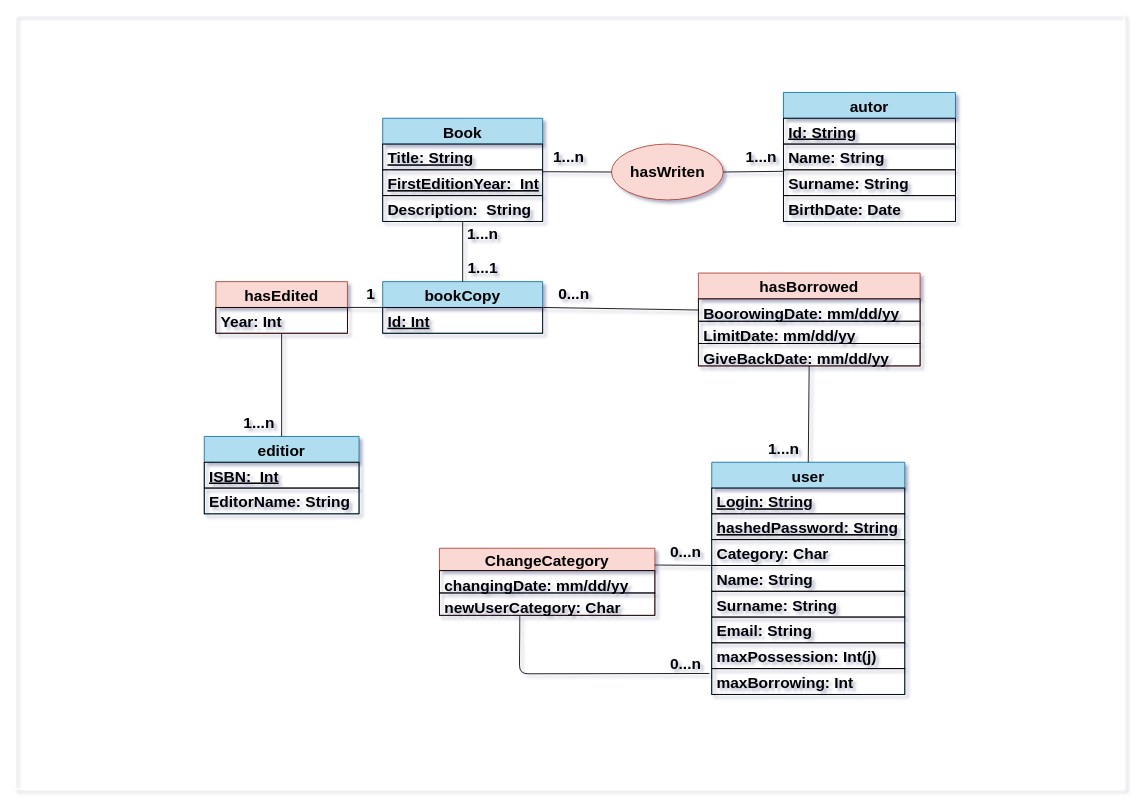
The draw.io diagram frameworks/javafx/Library/src/main/resources/project_architecture/tablesRelation.drawio in kmanu225/javacamp, before the edit. Source tidied: cells renumbered, new cells numbered last; positions are measured from the earlier drawing's top-left corner, leaving out a move shared by most shapes. Both pictures are drawn from the tidied source at 86%, with x=0, y=0 at pixel (15, 15).
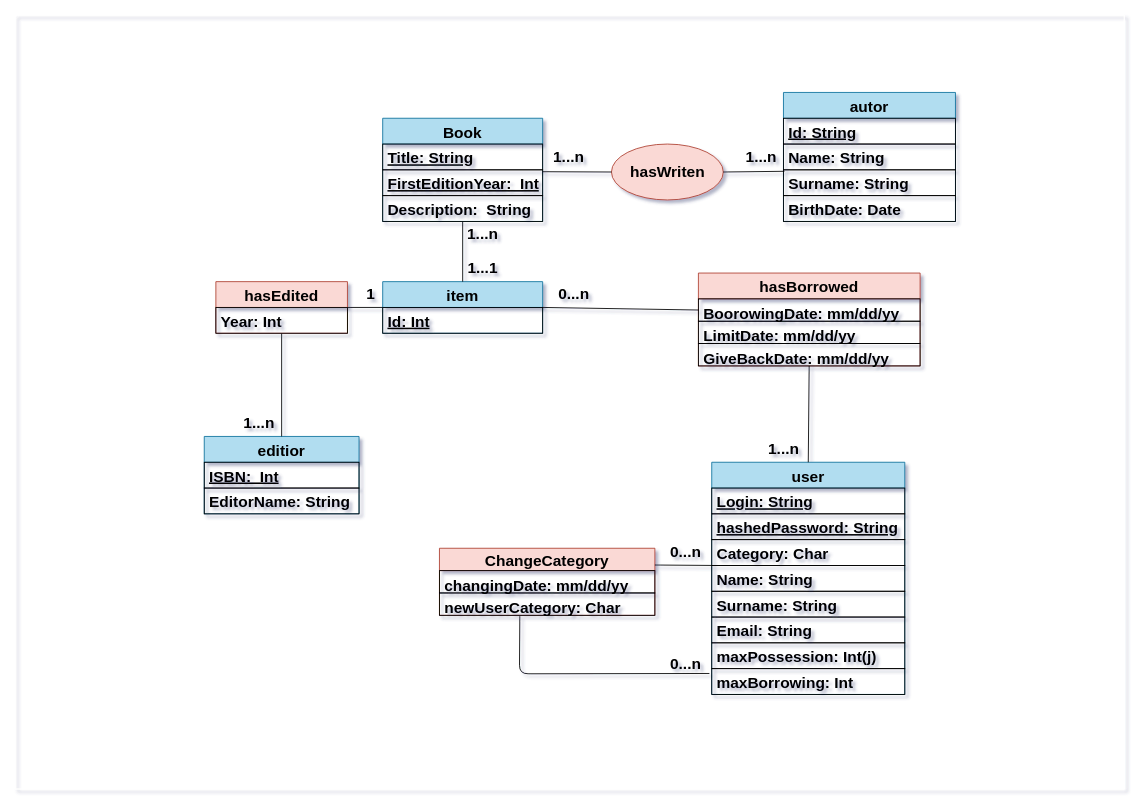
After the change.

Commit message (it also covers changes not shown here):
Rename BookCopy to Item

The change refers to these unchanged cells:
```xml
<mxCell id="2" style="swimlane;startSize=0;labelBackgroundColor=none;fontColor=#000000;strokeColor=#FFFFFF;fontSize=18;" parent="1" vertex="1">
  <mxGeometry width="1290" height="900" as="geometry" />
</mxCell>
```

What changed in the source:
```diff
@@
-    <mxCell id="45" value="bookCopy" style="swimlane;fontStyle=1;horizontal=1;startSize=30;strokeColor=#10739e;labelBackgroundColor=none;fillColor=#b1ddf0;fontColor=#000000;fontSize=18;" parent="2" vertex="1">
+    <mxCell id="45" value="item" style="swimlane;fontStyle=1;horizontal=1;startSize=30;strokeColor=#10739e;labelBackgroundColor=none;fillColor=#b1ddf0;fontColor=#000000;fontSize=18;" parent="2" vertex="1">
       <mxGeometry x="427.5" y="310" width="186" height="60" as="geometry" />
     </mxCell>
```
